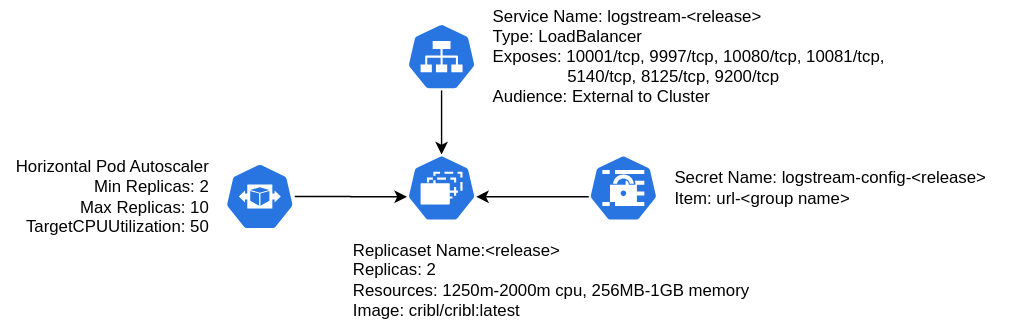
The draw.io diagram helm-chart-sources/logstream-workergroup/images/k8s-logstream-worker-group.svg in criblio/helm-charts, before a commit. Source tidied: cells renumbered, new cells last; positions are measured from the earlier drawing's top-left corner, leaving out a move shared by most shapes.
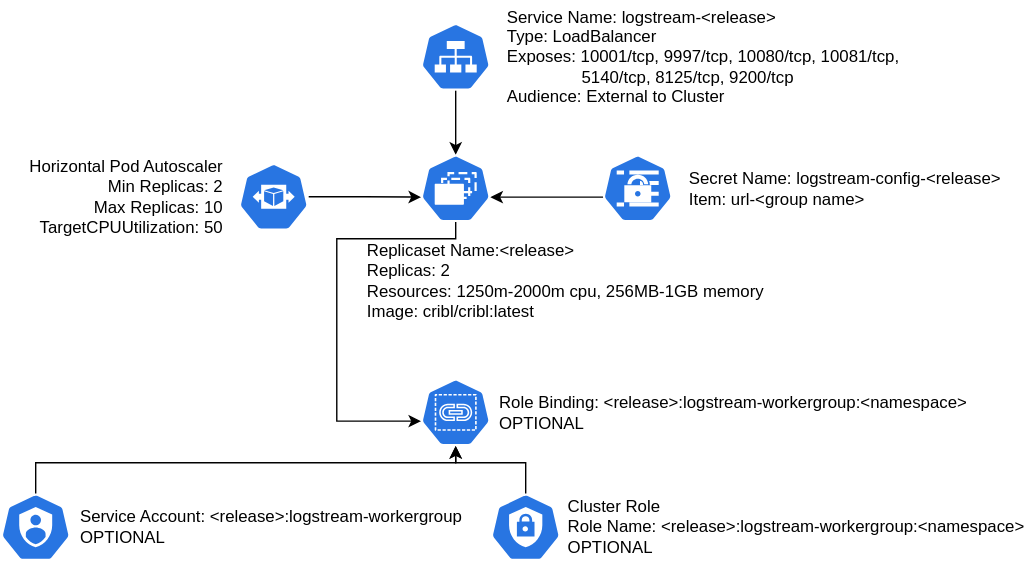
After the commit.

What changed in the source:
```diff
@@ -8,6 +8,15 @@
     <mxCell id="3" style="html=1;dashed=0;whitespace=wrap;fillColor=#2875E2;strokeColor=#ffffff;points=[[0.005,0.63,0],[0.1,0.2,0],[0.9,0.2,0],[0.5,0,0],[0.995,0.63,0],[0.72,0.99,0],[0.5,1,0],[0.28,0.99,0]];shape=mxgraph.kubernetes.icon;prIcon=svc;" parent="1" vertex="1">
       <mxGeometry x="290" y="16" width="50" height="48" as="geometry" />
     </mxCell>
+    <mxCell id="15" style="edgeStyle=orthogonalEdgeStyle;rounded=0;jettySize=auto;html=1;entryX=0.005;entryY=0.63;entryDx=0;entryDy=0;entryPerimeter=0;" parent="1" edge="1" source="4" target="20">
+      <mxGeometry relative="1" as="geometry">
+        <Array as="points">
+          <mxPoint x="315" y="170" />
+          <mxPoint x="230" y="170" />
+          <mxPoint x="230" y="300" />
+        </Array>
+      </mxGeometry>
+    </mxCell>
     <mxCell id="4" style="html=1;dashed=0;whitespace=wrap;fillColor=#2875E2;strokeColor=#ffffff;points=[[0.005,0.63,0],[0.1,0.2,0],[0.9,0.2,0],[0.5,0,0],[0.995,0.63,0],[0.72,0.99,0],[0.5,1,0],[0.28,0.99,0]];shape=mxgraph.kubernetes.icon;prIcon=rs;" parent="1" vertex="1">
       <mxGeometry x="290" y="110" width="50" height="48" as="geometry" />
     </mxCell>
@@ -41,5 +50,48 @@
     <mxCell id="14" value="Service Name: logstream-&amp;lt;release&amp;gt;&lt;br&gt;Type: LoadBalancer&lt;br&gt;Exposes:&amp;nbsp;10001/tcp, 9997/tcp, 10080/tcp, 10081/tcp, &lt;br&gt;&amp;nbsp; &amp;nbsp; &amp;nbsp; &amp;nbsp; &amp;nbsp; &amp;nbsp; &amp;nbsp; &amp;nbsp; 5140/tcp, 8125/tcp, 9200/tcp&lt;br&gt;Audience: External to Cluster" style="text;html=1;align=left;verticalAlign=middle;fillColor=none;strokeColor=none;rounded=0;" parent="1" vertex="1">
       <mxGeometry x="350" width="300" height="80" as="geometry" />
     </mxCell>
+    <mxCell id="16" style="group;" parent="1" vertex="1">
+      <mxGeometry x="-10" y="352" width="338" height="48" as="geometry" />
+    </mxCell>
+    <mxCell id="17" style="html=1;dashed=0;whitespace=wrap;fillColor=#2875E2;strokeColor=#ffffff;points=[[0.005,0.63,0],[0.1,0.2,0],[0.9,0.2,0],[0.5,0,0],[0.995,0.63,0],[0.72,0.99,0],[0.5,1,0],[0.28,0.99,0]];shape=mxgraph.kubernetes.icon;prIcon=sa;" parent="16" vertex="1">
+      <mxGeometry width="50" height="48" as="geometry" />
+    </mxCell>
+    <mxCell id="18" value="&lt;div style=&quot;text-align: left&quot;&gt;&lt;span&gt;Service Account: &amp;lt;release&amp;gt;:logstream-workergroup&lt;/span&gt;&lt;/div&gt;&lt;div style=&quot;text-align: left&quot;&gt;&lt;span&gt;OPTIONAL&lt;/span&gt;&lt;/div&gt;" style="text;html=1;align=center;verticalAlign=middle;fillColor=none;strokeColor=none;rounded=0;" parent="16" vertex="1">
+      <mxGeometry x="48" y="9" width="290" height="30" as="geometry" />
+    </mxCell>
+    <mxCell id="19" style="group;" parent="1" vertex="1">
+      <mxGeometry x="290" y="270" width="398" height="48" as="geometry" />
+    </mxCell>
+    <mxCell id="20" style="html=1;dashed=0;whitespace=wrap;fillColor=#2875E2;strokeColor=#ffffff;points=[[0.005,0.63,0],[0.1,0.2,0],[0.9,0.2,0],[0.5,0,0],[0.995,0.63,0],[0.72,0.99,0],[0.5,1,0],[0.28,0.99,0]];shape=mxgraph.kubernetes.icon;prIcon=rb;" parent="19" vertex="1">
+      <mxGeometry width="50" height="48" as="geometry" />
+    </mxCell>
+    <mxCell id="21" value="&lt;div style=&quot;text-align: left&quot;&gt;&lt;span&gt;Role Binding: &amp;lt;release&amp;gt;:logstream-workergroup:&amp;lt;namespace&amp;gt;&lt;/span&gt;&lt;/div&gt;&lt;div style=&quot;text-align: left&quot;&gt;&lt;span&gt;OPTIONAL&lt;/span&gt;&lt;/div&gt;" style="text;html=1;align=center;verticalAlign=middle;fillColor=none;strokeColor=none;rounded=0;" parent="19" vertex="1">
+      <mxGeometry x="48" y="9" width="350" height="30" as="geometry" />
+    </mxCell>
+    <mxCell id="22" style="group;" parent="1" vertex="1">
+      <mxGeometry x="340" y="351" width="388" height="50" as="geometry" />
+    </mxCell>
+    <mxCell id="23" value="&lt;div style=&quot;text-align: left&quot;&gt;&lt;span&gt;Cluster Role&lt;/span&gt;&lt;/div&gt;&lt;div style=&quot;text-align: left&quot;&gt;&lt;span&gt;Role Name: &amp;lt;release&amp;gt;:logstream-workergroup:&amp;lt;namespace&amp;gt;&lt;/span&gt;&lt;/div&gt;&lt;div style=&quot;text-align: left&quot;&gt;&lt;span&gt;OPTIONAL&lt;/span&gt;&lt;/div&gt;" style="text;html=1;align=center;verticalAlign=middle;fillColor=none;strokeColor=none;rounded=0;" parent="22" vertex="1">
+      <mxGeometry x="48" width="340" height="50" as="geometry" />
+    </mxCell>
+    <mxCell id="24" style="html=1;dashed=0;whitespace=wrap;fillColor=#2875E2;strokeColor=#ffffff;points=[[0.005,0.63,0],[0.1,0.2,0],[0.9,0.2,0],[0.5,0,0],[0.995,0.63,0],[0.72,0.99,0],[0.5,1,0],[0.28,0.99,0]];shape=mxgraph.kubernetes.icon;prIcon=c_role;" parent="22" vertex="1">
+      <mxGeometry y="1" width="50" height="48" as="geometry" />
+    </mxCell>
+    <mxCell id="25" style="edgeStyle=orthogonalEdgeStyle;rounded=0;jettySize=auto;html=1;entryX=0.5;entryY=1;entryDx=0;entryDy=0;entryPerimeter=0;" parent="1" edge="1" source="17" target="20">
+      <mxGeometry relative="1" as="geometry">
+        <Array as="points">
+          <mxPoint x="15" y="330" />
+          <mxPoint x="315" y="330" />
+        </Array>
+      </mxGeometry>
+    </mxCell>
+    <mxCell id="26" style="edgeStyle=orthogonalEdgeStyle;rounded=0;jettySize=auto;html=1;entryX=0.5;entryY=1;entryDx=0;entryDy=0;entryPerimeter=0;" parent="1" edge="1" source="24" target="20">
+      <mxGeometry relative="1" as="geometry">
+        <Array as="points">
+          <mxPoint x="365" y="330" />
+          <mxPoint x="315" y="330" />
+        </Array>
+      </mxGeometry>
+    </mxCell>
   </root>
 </mxGraphModel>
```
